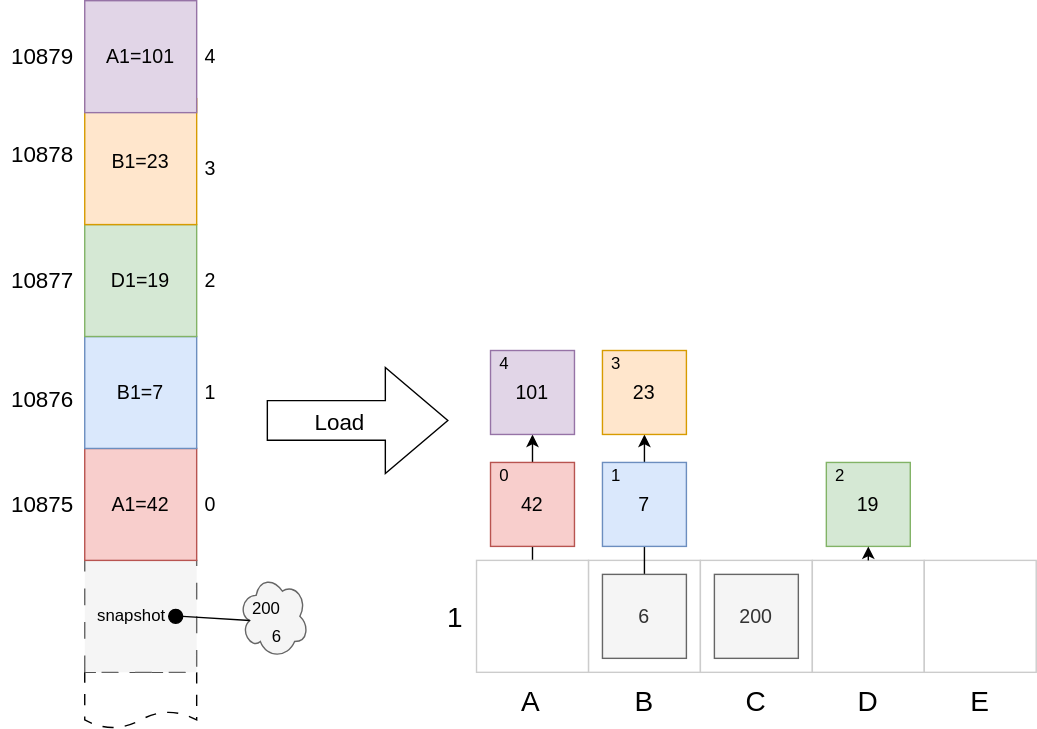
TheCandidStartup/TheCandidStartup.github.io keeps this draw.io diagram as assets/images/infinisheet/cell-map.svg. Above is the earlier version. Source tidied: cells renumbered, new cells last; positions are measured from the earlier drawing's top-left corner, leaving out a move shared by most shapes.
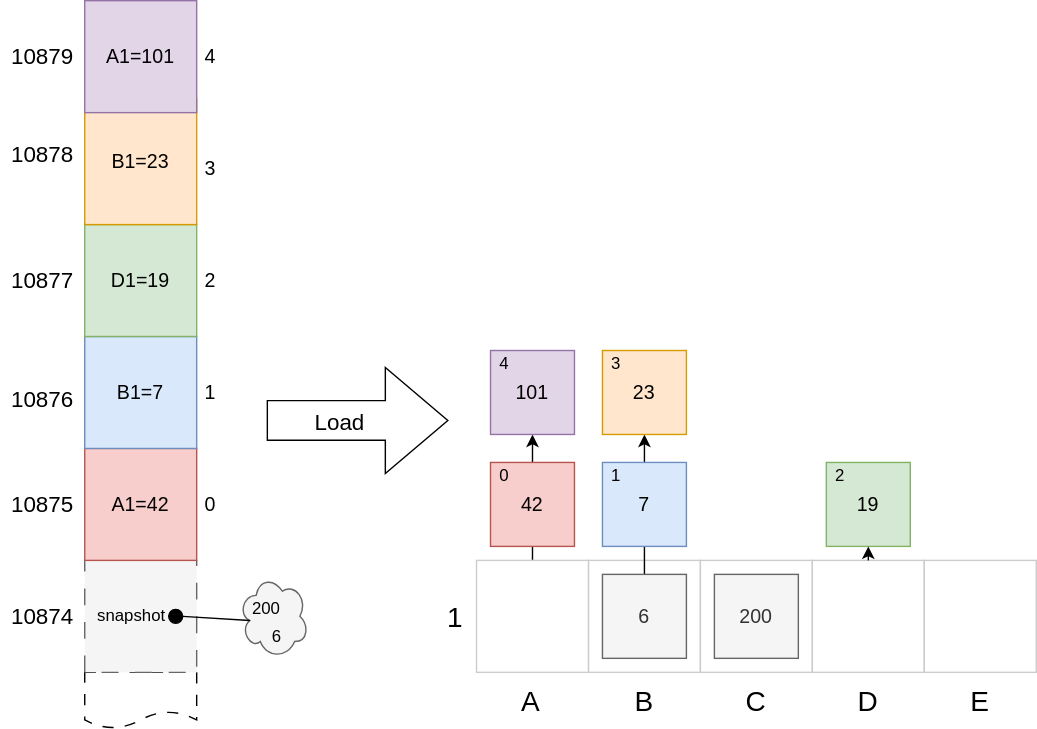
After the change.

What changed in the source:
```diff
@@ -160,5 +160,8 @@
     <mxCell id="52" value="200" style="text;html=1;strokeColor=none;fillColor=none;align=center;verticalAlign=middle;whiteSpace=wrap;rounded=0;" parent="1" vertex="1">
       <mxGeometry x="175" y="425" width="30" height="20" as="geometry" />
     </mxCell>
+    <mxCell id="53" value="&lt;font style=&quot;font-size: 16px;&quot;&gt;10874&lt;/font&gt;" style="text;html=1;strokeColor=none;fillColor=none;align=center;verticalAlign=middle;whiteSpace=wrap;rounded=0;" parent="1" vertex="1">
+      <mxGeometry y="420" width="60" height="40" as="geometry" />
+    </mxCell>
   </root>
 </mxGraphModel>
```
